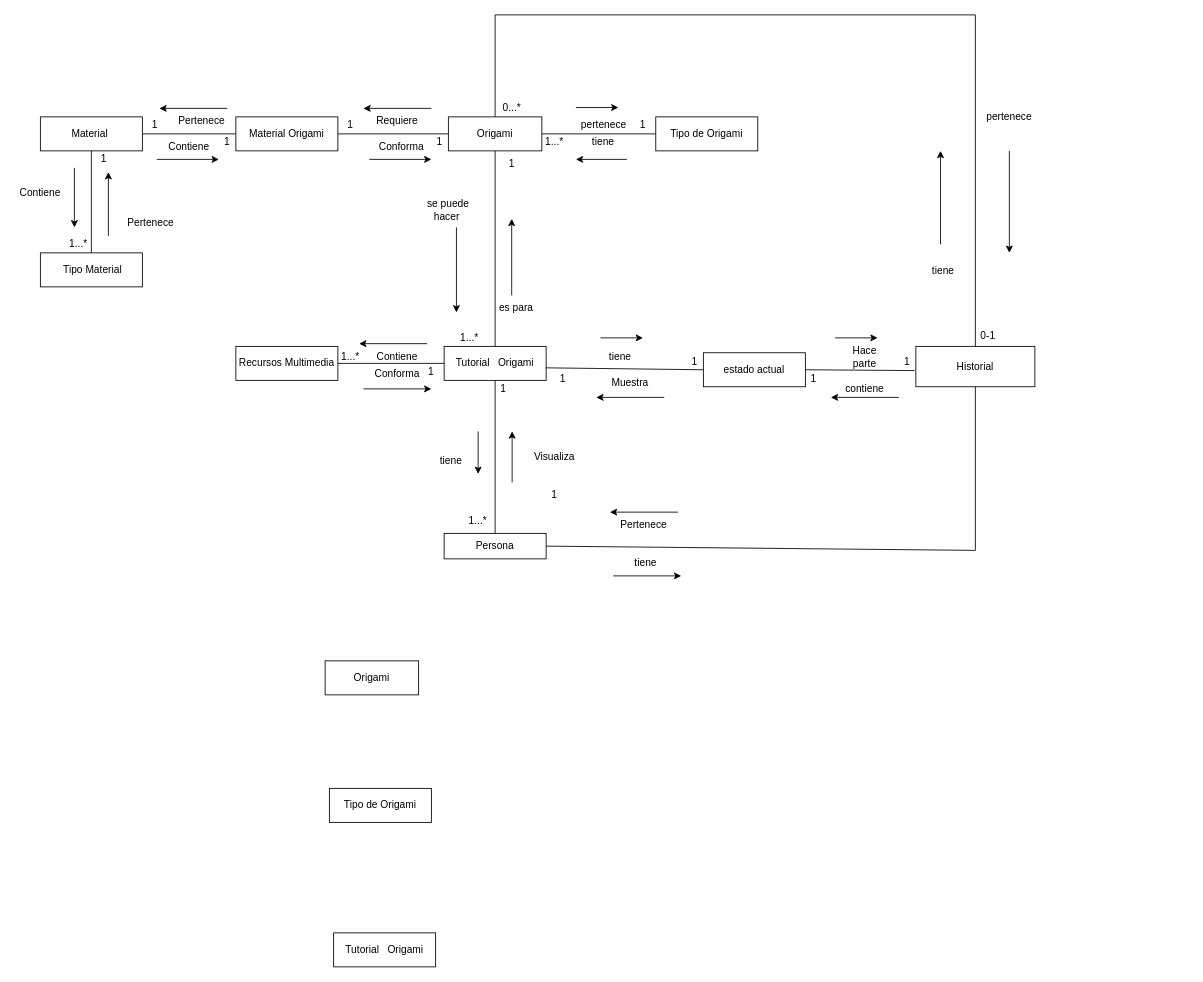
This is ModeloDeDominio3D.drawio from andrescastillo1996/documentacionMundoOrigami, a draw.io file, before an edit. Source tidied: cells renumbered, new cells numbered last; positions are measured from the earlier drawing's top-left corner, leaving out a move shared by most shapes. Both pictures are drawn from the tidied source at 85%, with x=0, y=0 at pixel (14, 14).
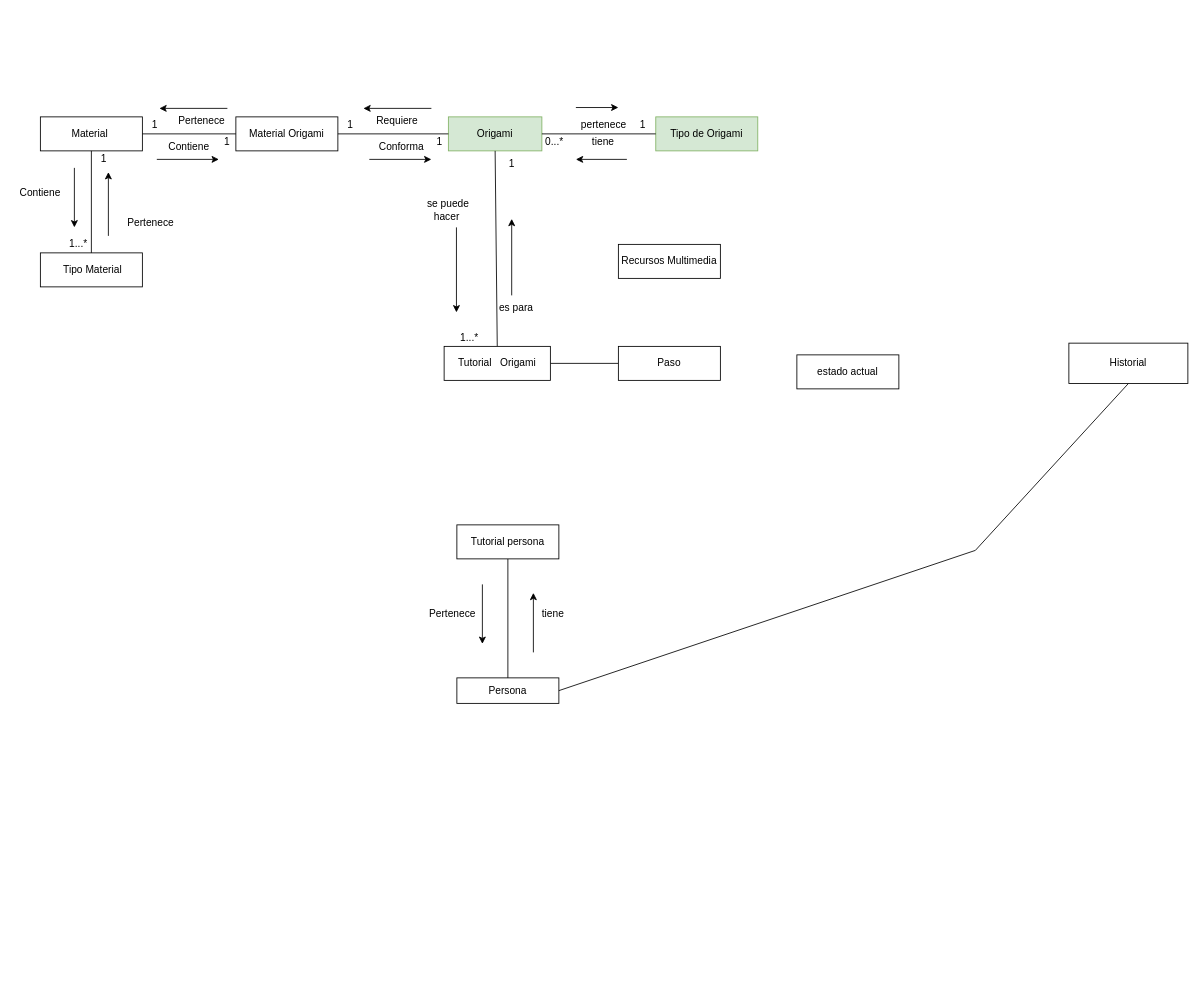
The same page after the edit.

Diff of the diagram source:
```diff
@@
-    <mxCell id="2" value="Tipo de Origami" style="rounded=0;whiteSpace=wrap;html=1;" parent="1" vertex="1">
+    <mxCell id="2" value="Tipo de Origami" style="rounded=0;whiteSpace=wrap;html=1;fillColor=#d5e8d4;strokeColor=#82b366;" parent="1" vertex="1">
       <mxGeometry x="754" y="120" width="120" height="40" as="geometry" />
     </mxCell>
-    <mxCell id="3" value="Origami" style="rounded=0;whiteSpace=wrap;html=1;" parent="1" vertex="1">
+    <mxCell id="3" value="Origami" style="rounded=0;whiteSpace=wrap;html=1;fillColor=#d5e8d4;strokeColor=#82b366;" parent="1" vertex="1">
       <mxGeometry x="510" y="120" width="110" height="40" as="geometry" />
     </mxCell>
     <mxCell id="4" value="Historial" style="rounded=0;whiteSpace=wrap;html=1;" parent="1" vertex="1">
-      <mxGeometry x="1060" y="390" width="140" height="47.5" as="geometry" />
+      <mxGeometry x="1240" y="386.2" width="140" height="47.5" as="geometry" />
     </mxCell>
@@
     <mxCell id="6" value="Persona" style="rounded=0;whiteSpace=wrap;html=1;" parent="1" vertex="1">
-      <mxGeometry x="505" y="610" width="120" height="30" as="geometry" />
+      <mxGeometry x="520" y="780" width="120" height="30" as="geometry" />
     </mxCell>
@@
+    <mxCell id="91" style="edgeStyle=orthogonalEdgeStyle;rounded=0;jettySize=auto;html=1;endArrow=none;endFill=0;" parent="1" edge="1" source="8" target="92">
+      <mxGeometry relative="1" as="geometry" />
+    </mxCell>
     <mxCell id="8" value="Tutorial&amp;nbsp; &amp;nbsp;Origami" style="rounded=0;whiteSpace=wrap;html=1;" parent="1" vertex="1">
-      <mxGeometry x="505" y="390" width="120" height="40" as="geometry" />
+      <mxGeometry x="505" y="390" width="125" height="40" as="geometry" />
     </mxCell>
-    <mxCell id="9" style="endArrow=none;html=1;rounded=0;entryX=0.5;entryY=1;entryDx=0;entryDy=0;exitX=0.5;exitY=0;exitDx=0;exitDy=0;" parent="1" edge="1" source="6" target="8">
+    <mxCell id="9" style="endArrow=none;html=1;rounded=0;entryX=0.5;entryY=1;entryDx=0;entryDy=0;exitX=0.5;exitY=0;exitDx=0;exitDy=0;" parent="1" edge="1" source="6" target="93">
       <mxGeometry relative="1" as="geometry" />
     </mxCell>
@@
-    <mxCell id="13" style="endArrow=classic;html=1;rounded=0;entryX=1;entryY=1;entryDx=0;entryDy=0;" parent="1" edge="1">
-      <mxGeometry relative="1" as="geometry">
-        <mxPoint x="585" y="550" as="sourcePoint" />
-        <mxPoint x="585" y="490" as="targetPoint" />
-      </mxGeometry>
-    </mxCell>
@@
-    <mxCell id="15" value="1...*" style="text;html=1;strokeColor=none;fillColor=none;align=center;verticalAlign=middle;whiteSpace=wrap;rounded=0;" parent="1" vertex="1">
+    <mxCell id="15" value="0...*" style="text;html=1;strokeColor=none;fillColor=none;align=center;verticalAlign=middle;whiteSpace=wrap;rounded=0;" parent="1" vertex="1">
       <mxGeometry x="620" y="140" width="30" height="20" as="geometry" />
     </mxCell>
@@
-    <mxCell id="23" value="1" style="text;html=1;strokeColor=none;fillColor=none;align=center;verticalAlign=middle;whiteSpace=wrap;rounded=0;" parent="1" vertex="1">
-      <mxGeometry x="630" y="417.5" width="30" height="20" as="geometry" />
-    </mxCell>
-    <mxCell id="24" value="1...*" style="text;html=1;strokeColor=none;fillColor=none;align=center;verticalAlign=middle;whiteSpace=wrap;rounded=0;" parent="1" vertex="1">
-      <mxGeometry x="530" y="585" width="30" height="20" as="geometry" />
-    </mxCell>
-    <mxCell id="25" value="tiene&amp;nbsp;" style="text;html=1;strokeColor=none;fillColor=none;align=center;verticalAlign=middle;whiteSpace=wrap;rounded=0;" parent="1" vertex="1">
-      <mxGeometry x="485" y="510" width="60" height="30" as="geometry" />
-    </mxCell>
-    <mxCell id="26" style="endArrow=classic;html=1;rounded=0;entryX=1;entryY=1;entryDx=0;entryDy=0;" parent="1" edge="1" target="25">
-      <mxGeometry relative="1" as="geometry">
-        <mxPoint x="545" y="490" as="sourcePoint" />
-      </mxGeometry>
-    </mxCell>
-    <mxCell id="27" value="1" style="text;html=1;strokeColor=none;fillColor=none;align=center;verticalAlign=middle;whiteSpace=wrap;rounded=0;" parent="1" vertex="1">
-      <mxGeometry x="560" y="430" width="30" height="20" as="geometry" />
-    </mxCell>
-    <mxCell id="28" value="Visualiza" style="text;html=1;strokeColor=none;fillColor=none;align=center;verticalAlign=middle;whiteSpace=wrap;rounded=0;" parent="1" vertex="1">
-      <mxGeometry x="605" y="510" width="60" height="20" as="geometry" />
-    </mxCell>
@@
     <mxCell id="30" style="endArrow=classic;html=1;rounded=0;" parent="1" edge="1">
       <mxGeometry relative="1" as="geometry">
-        <mxPoint x="704" y="660" as="sourcePoint" />
-        <mxPoint x="784" y="660" as="targetPoint" />
+        <mxPoint x="610" y="750" as="sourcePoint" />
+        <mxPoint x="610" y="680" as="targetPoint" />
       </mxGeometry>
     </mxCell>
     <mxCell id="31" style="endArrow=classic;html=1;rounded=0;" parent="1" edge="1">
       <mxGeometry relative="1" as="geometry">
-        <mxPoint x="780" y="585" as="sourcePoint" />
-        <mxPoint x="700" y="585" as="targetPoint" />
+        <mxPoint x="550" y="670" as="sourcePoint" />
+        <mxPoint x="550" y="740" as="targetPoint" />
       </mxGeometry>
     </mxCell>
     <mxCell id="32" value="Pertenece" style="text;html=1;strokeColor=none;fillColor=none;align=center;verticalAlign=middle;whiteSpace=wrap;rounded=0;" parent="1" vertex="1">
-      <mxGeometry x="710" y="585" width="60" height="30" as="geometry" />
+      <mxGeometry x="485" y="690" width="60" height="30" as="geometry" />
     </mxCell>
     <mxCell id="33" value="tiene&amp;nbsp;" style="text;html=1;strokeColor=none;fillColor=none;align=center;verticalAlign=middle;whiteSpace=wrap;rounded=0;" parent="1" vertex="1">
-      <mxGeometry x="714" y="630" width="60" height="30" as="geometry" />
+      <mxGeometry x="605" y="690" width="60" height="30" as="geometry" />
     </mxCell>
-    <mxCell id="34" value="1" style="text;html=1;strokeColor=none;fillColor=none;align=center;verticalAlign=middle;whiteSpace=wrap;rounded=0;" parent="1" vertex="1">
-      <mxGeometry x="625" y="555" width="20" height="20" as="geometry" />
-    </mxCell>
     <mxCell id="35" value="estado actual" style="rounded=0;whiteSpace=wrap;html=1;" parent="1" vertex="1">
-      <mxGeometry x="810" y="397.5" width="120" height="40" as="geometry" />
+      <mxGeometry x="920" y="400" width="120" height="40" as="geometry" />
     </mxCell>
-    <mxCell id="36" style="endArrow=classic;html=1;rounded=0;" parent="1" edge="1">
-      <mxGeometry relative="1" as="geometry">
-        <mxPoint x="689" y="380" as="sourcePoint" />
-        <mxPoint x="739" y="380" as="targetPoint" />
-      </mxGeometry>
-    </mxCell>
-    <mxCell id="37" style="endArrow=none;html=1;rounded=0;entryX=0;entryY=0.5;entryDx=0;entryDy=0;exitX=0.996;exitY=0.631;exitDx=0;exitDy=0;exitPerimeter=0;" parent="1" edge="1" source="8" target="35">
-      <mxGeometry relative="1" as="geometry" />
-    </mxCell>
-    <mxCell id="38" style="endArrow=none;html=1;rounded=0;entryX=-0.01;entryY=0.6;entryDx=0;entryDy=0;entryPerimeter=0;exitX=1;exitY=0.5;exitDx=0;exitDy=0;" parent="1" edge="1" source="35" target="4">
-      <mxGeometry relative="1" as="geometry" />
-    </mxCell>
-    <mxCell id="39" value="tiene&amp;nbsp;" style="text;html=1;strokeColor=none;fillColor=none;align=center;verticalAlign=middle;whiteSpace=wrap;rounded=0;" parent="1" vertex="1">
-      <mxGeometry x="684" y="387.5" width="60" height="30" as="geometry" />
-    </mxCell>
-    <mxCell id="40" value="1" style="text;html=1;strokeColor=none;fillColor=none;align=center;verticalAlign=middle;whiteSpace=wrap;rounded=0;" parent="1" vertex="1">
-      <mxGeometry x="790" y="397.5" width="20" height="20" as="geometry" />
-    </mxCell>
-    <mxCell id="41" style="endArrow=classic;html=1;rounded=0;" parent="1" edge="1">
-      <mxGeometry relative="1" as="geometry">
-        <mxPoint x="764" y="450" as="sourcePoint" />
-        <mxPoint x="684" y="450" as="targetPoint" />
-      </mxGeometry>
-    </mxCell>
-    <mxCell id="42" style="endArrow=classic;html=1;rounded=0;" parent="1" edge="1">
-      <mxGeometry relative="1" as="geometry">
-        <mxPoint x="965" y="380" as="sourcePoint" />
-        <mxPoint x="1015" y="380" as="targetPoint" />
-      </mxGeometry>
-    </mxCell>
-    <mxCell id="43" value="Hace parte" style="text;html=1;strokeColor=none;fillColor=none;align=center;verticalAlign=middle;whiteSpace=wrap;rounded=0;" parent="1" vertex="1">
-      <mxGeometry x="970" y="387.5" width="60" height="30" as="geometry" />
-    </mxCell>
-    <mxCell id="44" value="1" style="text;html=1;strokeColor=none;fillColor=none;align=center;verticalAlign=middle;whiteSpace=wrap;rounded=0;" parent="1" vertex="1">
-      <mxGeometry x="1040" y="397.5" width="20" height="20" as="geometry" />
-    </mxCell>
-    <mxCell id="45" style="endArrow=classic;html=1;rounded=0;" parent="1" edge="1">
-      <mxGeometry relative="1" as="geometry">
-        <mxPoint x="1040" y="450" as="sourcePoint" />
-        <mxPoint x="960" y="450" as="targetPoint" />
-      </mxGeometry>
-    </mxCell>
-    <mxCell id="46" value="contiene" style="text;html=1;strokeColor=none;fillColor=none;align=center;verticalAlign=middle;whiteSpace=wrap;rounded=0;" parent="1" vertex="1">
-      <mxGeometry x="970" y="425" width="60" height="30" as="geometry" />
-    </mxCell>
-    <mxCell id="47" value="1" style="text;html=1;strokeColor=none;fillColor=none;align=center;verticalAlign=middle;whiteSpace=wrap;rounded=0;" parent="1" vertex="1">
-      <mxGeometry x="930" y="417.5" width="20" height="20" as="geometry" />
-    </mxCell>
-    <mxCell id="48" value="Muestra" style="text;html=1;strokeColor=none;fillColor=none;align=center;verticalAlign=middle;whiteSpace=wrap;rounded=0;" parent="1" vertex="1">
-      <mxGeometry x="694" y="417.5" width="60" height="30" as="geometry" />
-    </mxCell>
     <mxCell id="49" value="Recursos Multimedia" style="rounded=0;whiteSpace=wrap;html=1;" parent="1" vertex="1">
-      <mxGeometry x="260" y="390" width="120" height="40" as="geometry" />
+      <mxGeometry x="710" y="270" width="120" height="40" as="geometry" />
     </mxCell>
@@
-    <mxCell id="74" style="endArrow=none;html=1;rounded=0;entryX=0;entryY=0.5;entryDx=0;entryDy=0;exitX=1;exitY=0.5;exitDx=0;exitDy=0;" parent="1" edge="1" source="49" target="8">
-      <mxGeometry relative="1" as="geometry" />
-    </mxCell>
-    <mxCell id="75" value="Contiene" style="text;html=1;strokeColor=none;fillColor=none;align=center;verticalAlign=middle;whiteSpace=wrap;rounded=0;" parent="1" vertex="1">
-      <mxGeometry x="420" y="392.5" width="60" height="20" as="geometry" />
-    </mxCell>
-    <mxCell id="76" style="endArrow=classic;html=1;rounded=0;" parent="1" edge="1">
-      <mxGeometry relative="1" as="geometry">
-        <mxPoint x="485" y="386.8" as="sourcePoint" />
-        <mxPoint x="405" y="386.8" as="targetPoint" />
-      </mxGeometry>
-    </mxCell>
-    <mxCell id="77" value="1...*" style="text;html=1;strokeColor=none;fillColor=none;align=center;verticalAlign=middle;whiteSpace=wrap;rounded=0;" parent="1" vertex="1">
-      <mxGeometry x="380" y="392.5" width="30" height="20" as="geometry" />
-    </mxCell>
-    <mxCell id="78" style="endArrow=classic;html=1;rounded=0;" parent="1" edge="1">
-      <mxGeometry relative="1" as="geometry">
-        <mxPoint x="410" y="440" as="sourcePoint" />
-        <mxPoint x="490" y="440" as="targetPoint" />
-      </mxGeometry>
-    </mxCell>
-    <mxCell id="79" value="1" style="text;html=1;strokeColor=none;fillColor=none;align=center;verticalAlign=middle;whiteSpace=wrap;rounded=0;" parent="1" vertex="1">
-      <mxGeometry x="475" y="410" width="30" height="20" as="geometry" />
-    </mxCell>
-    <mxCell id="80" value="Conforma" style="text;html=1;strokeColor=none;fillColor=none;align=center;verticalAlign=middle;whiteSpace=wrap;rounded=0;" parent="1" vertex="1">
-      <mxGeometry x="420" y="412.5" width="60" height="20" as="geometry" />
-    </mxCell>
-    <mxCell id="81" value="Origami" style="rounded=0;whiteSpace=wrap;html=1;" parent="1" vertex="1">
-      <mxGeometry x="365" y="760" width="110" height="40" as="geometry" />
-    </mxCell>
-    <mxCell id="82" value="Tipo de Origami" style="rounded=0;whiteSpace=wrap;html=1;" parent="1" vertex="1">
-      <mxGeometry x="370" y="910" width="120" height="40" as="geometry" />
-    </mxCell>
-    <mxCell id="83" value="Tutorial&amp;nbsp; &amp;nbsp;Origami" style="rounded=0;whiteSpace=wrap;html=1;" parent="1" vertex="1">
-      <mxGeometry x="375" y="1080" width="120" height="40" as="geometry" />
-    </mxCell>
-    <mxCell id="84" style="endArrow=none;html=1;rounded=0;entryX=0.5;entryY=0;entryDx=0;entryDy=0;exitX=0.5;exitY=0;exitDx=0;exitDy=0;" parent="1" edge="1" source="3" target="4">
-      <mxGeometry relative="1" as="geometry">
-        <Array as="points">
-          <mxPoint x="565" />
-          <mxPoint x="1130" />
-        </Array>
-      </mxGeometry>
-    </mxCell>
-    <mxCell id="85" style="endArrow=classic;html=1;rounded=0;" parent="1" edge="1">
-      <mxGeometry relative="1" as="geometry">
-        <mxPoint x="1089" y="270" as="sourcePoint" />
-        <mxPoint x="1089" y="160" as="targetPoint" />
-      </mxGeometry>
-    </mxCell>
-    <mxCell id="86" value="tiene&amp;nbsp;" style="text;html=1;strokeColor=none;fillColor=none;align=center;verticalAlign=middle;whiteSpace=wrap;rounded=0;" parent="1" vertex="1">
-      <mxGeometry x="1064" y="286" width="60" height="30" as="geometry" />
-    </mxCell>
-    <mxCell id="87" value="0...*" style="text;html=1;strokeColor=none;fillColor=none;align=center;verticalAlign=middle;whiteSpace=wrap;rounded=0;" parent="1" vertex="1">
-      <mxGeometry x="570" y="100" width="30" height="20" as="geometry" />
-    </mxCell>
-    <mxCell id="88" style="endArrow=classic;html=1;rounded=0;" parent="1" edge="1">
-      <mxGeometry relative="1" as="geometry">
-        <mxPoint x="1170" y="160" as="sourcePoint" />
-        <mxPoint x="1170" y="280" as="targetPoint" />
-      </mxGeometry>
-    </mxCell>
-    <mxCell id="89" value="pertenece" style="text;html=1;strokeColor=none;fillColor=none;align=center;verticalAlign=middle;whiteSpace=wrap;rounded=0;" parent="1" vertex="1">
-      <mxGeometry x="1140" y="110" width="60" height="20" as="geometry" />
-    </mxCell>
-    <mxCell id="90" value="0-1" style="text;html=1;strokeColor=none;fillColor=none;align=center;verticalAlign=middle;whiteSpace=wrap;rounded=0;" parent="1" vertex="1">
-      <mxGeometry x="1130" y="367.5" width="30" height="20" as="geometry" />
-    </mxCell>
+    <mxCell id="92" value="Paso" style="rounded=0;whiteSpace=wrap;html=1;" parent="1" vertex="1">
+      <mxGeometry x="710" y="390" width="120" height="40" as="geometry" />
+    </mxCell>
+    <mxCell id="93" value="Tutorial persona" style="rounded=0;whiteSpace=wrap;html=1;" parent="1" vertex="1">
+      <mxGeometry x="520" y="600" width="120" height="40" as="geometry" />
+    </mxCell>
```
